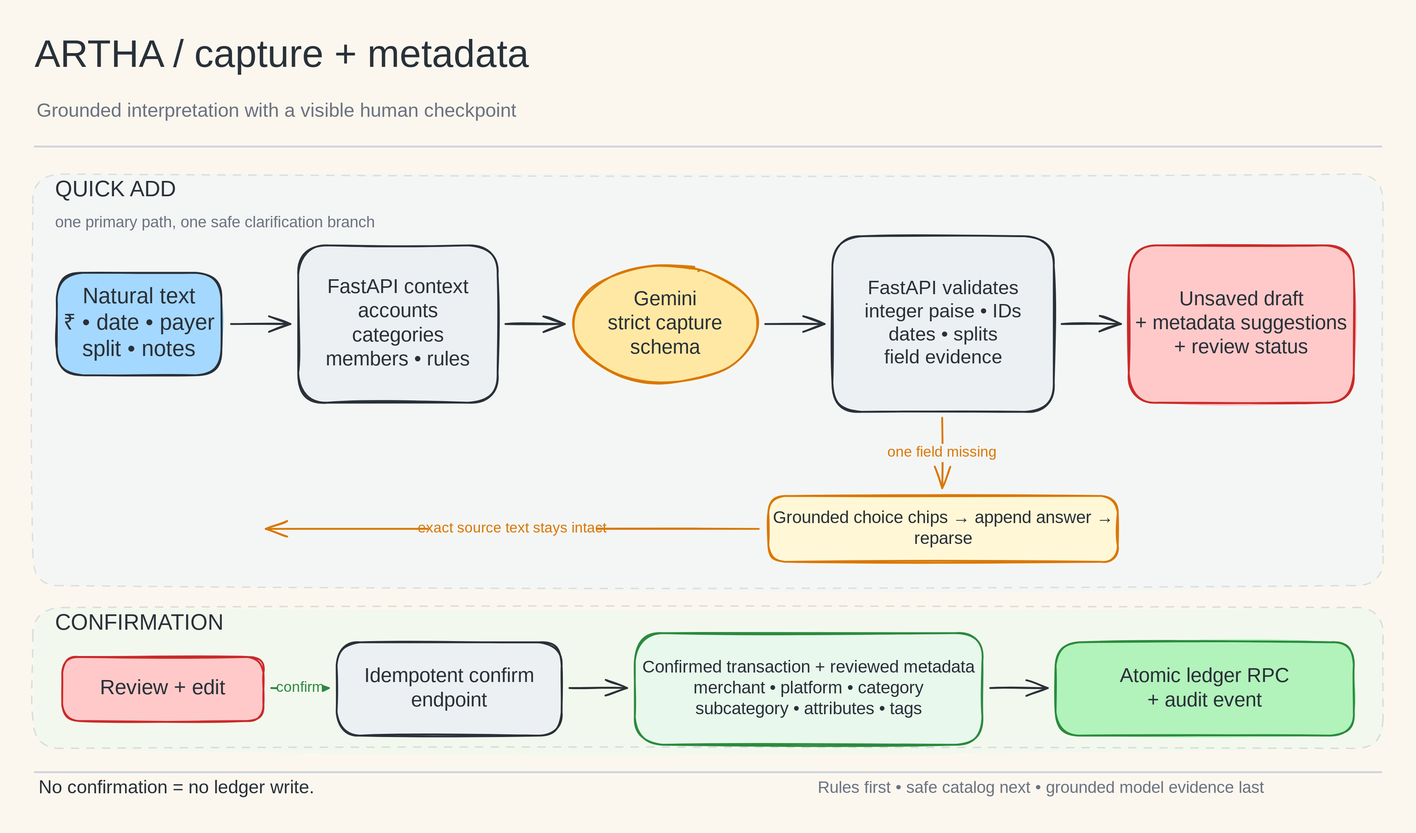
Earlier version of the Excalidraw export docs/artifacts/architecture/diagrams/artha-capture-metadata.svg (snayan06/artha). Source tidied: one line per element, renumbered; positions are measured from the earlier drawing's top-left corner, leaving out a move shared by most shapes.
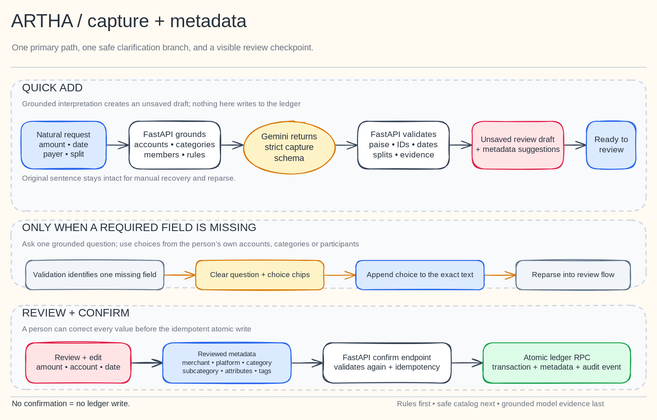
The same file after the commit.

The edit, as a diff of the source:
```diff
@@ -1,43 +1,55 @@
-{"id": 0, "type": "text", "text": "ARTHA / capture + metadata", "strokeColor": "#293038", "strokeWidth": 2, "roughness": 1, "fontSize": 42, "fontFamily": 5, "verticalAlign": "middle", "x": 2, "y": 0, "width": 495, "height": 52}
+{"id": 0, "type": "text", "text": "ARTHA / capture + metadata", "strokeColor": "#27313d", "strokeWidth": 2, "roughness": 1, "fontSize": 40, "fontFamily": 5, "verticalAlign": "middle", "x": -6, "y": -15, "width": 471, "height": 50}
-{"id": 1, "type": "text", "text": "Grounded interpretation with a visible human checkpoint", "strokeColor": "#6b7280", "strokeWidth": 2, "roughness": 1, "fontSize": 21, "fontFamily": 5, "verticalAlign": "middle", "x": 4, "y": 73, "width": 481, "height": 26}
-{"id": 2, "type": "line", "strokeColor": "#ced4da", "strokeWidth": 2, "roughness": 0, "x": 2, "y": 124, "width": 1472, "height": 0, "points": [[0, 0], [1472, 0]]}
-{"id": 3, "type": "rectangle", "strokeColor": "#adb5bd", "backgroundColor": "#e7f5ff", "fillStyle": "solid", "strokeWidth": 1, "strokeStyle": "dashed", "roughness": 1, "opacity": 38, "round": true, "x": 0, "y": 154, "width": 1476, "height": 450}
+{"id": 43, "type": "text", "text": "One primary path, one safe clarification branch, and a visible review checkpoint.", "strokeColor": "#6b7280", "strokeWidth": 2, "roughness": 1, "fontSize": 19, "fontFamily": 5, "verticalAlign": "middle", "x": -4, "y": 54, "width": 613, "height": 24}
+{"id": 44, "type": "line", "strokeColor": "#cbd5e1", "strokeWidth": 2, "roughness": 0, "x": -6, "y": 108, "width": 1388, "height": 0, "points": [[0, 0], [1388, 0]]}
+{"id": 45, "type": "rectangle", "strokeColor": "#cbd5e1", "backgroundColor": "#f8fafc", "fillStyle": "solid", "strokeWidth": 2, "strokeStyle": "dashed", "roughness": 1, "round": true, "x": -6, "y": 136, "width": 1388, "height": 286}
-{"id": 4, "type": "text", "text": "QUICK ADD", "strokeColor": "#293038", "strokeWidth": 2, "roughness": 1, "fontSize": 24, "fontFamily": 5, "verticalAlign": "middle", "x": 24, "y": 157, "width": 134, "height": 30}
+{"id": 4, "type": "text", "text": "QUICK ADD", "strokeColor": "#27313d", "strokeWidth": 2, "roughness": 1, "fontSize": 24, "fontFamily": 5, "verticalAlign": "middle", "x": 18, "y": 139, "width": 134, "height": 30}
-{"id": 5, "type": "text", "text": "one primary path, one safe clarification branch", "strokeColor": "#6b7280", "strokeWidth": 2, "roughness": 1, "fontSize": 17, "fontFamily": 5, "verticalAlign": "middle", "x": 24, "y": 198, "width": 317, "height": 21}
-{"id": 6, "type": "rectangle", "strokeColor": "#293038", "backgroundColor": "#a5d8ff", "fillStyle": "solid", "strokeWidth": 2, "roughness": 1, "round": true, "x": 26, "y": 262, "width": 180, "height": 112}
-{"id": 7, "type": "arrow", "strokeColor": "#293038", "strokeWidth": 2, "roughness": 1, "endArrowhead": "arrow", "x": 216, "y": 318, "width": 65, "height": 0, "points": [[0, 0], [65, 0]]}
-{"id": 8, "type": "rectangle", "strokeColor": "#293038", "backgroundColor": "#edf0f2", "fillStyle": "solid", "strokeWidth": 2, "roughness": 1, "round": true, "x": 290, "y": 232, "width": 218, "height": 172}
-{"id": 9, "type": "arrow", "strokeColor": "#293038", "strokeWidth": 2, "roughness": 1, "endArrowhead": "arrow", "x": 516, "y": 318, "width": 65, "height": 0, "points": [[0, 0], [65, 0]]}
-{"id": 10, "type": "ellipse", "strokeColor": "#d97706", "backgroundColor": "#ffe8a3", "fillStyle": "solid", "strokeWidth": 2, "roughness": 1, "x": 590, "y": 254, "width": 202, "height": 128}
-{"id": 11, "type": "arrow", "strokeColor": "#293038", "strokeWidth": 2, "roughness": 1, "endArrowhead": "arrow", "x": 800, "y": 318, "width": 65, "height": 0, "points": [[0, 0], [65, 0]]}
-{"id": 12, "type": "rectangle", "strokeColor": "#293038", "backgroundColor": "#edf0f2", "fillStyle": "solid", "strokeWidth": 2, "roughness": 1, "round": true, "x": 874, "y": 222, "width": 242, "height": 192}
-{"id": 13, "type": "arrow", "strokeColor": "#293038", "strokeWidth": 2, "roughness": 1, "endArrowhead": "arrow", "x": 1124, "y": 318, "width": 65, "height": 0, "points": [[0, 0], [65, 0]]}
-{"id": 14, "type": "rectangle", "strokeColor": "#c92a2a", "backgroundColor": "#ffc9c9", "fillStyle": "solid", "strokeWidth": 2, "roughness": 1, "round": true, "x": 1198, "y": 232, "width": 246, "height": 172}
-{"id": 15, "type": "arrow", "strokeColor": "#d97706", "strokeWidth": 2, "roughness": 1, "endArrowhead": "arrow", "x": 994, "y": 421, "width": 0, "height": 77, "points": [[0, 0], [0, 77]]}
-{"id": 16, "type": "rectangle", "strokeColor": "#d97706", "backgroundColor": "#fff7d6", "fillStyle": "solid", "strokeWidth": 2, "roughness": 1, "round": true, "x": 804, "y": 506, "width": 382, "height": 72}
-{"id": 17, "type": "arrow", "strokeColor": "#d97706", "strokeWidth": 2, "roughness": 1, "endArrowhead": "arrow", "x": 794, "y": 542, "width": 539, "height": 0, "points": [[0, 0], [-539, 0]]}
-{"id": 18, "type": "rectangle", "strokeColor": "#adb5bd", "backgroundColor": "#e8f8ec", "fillStyle": "solid", "strokeWidth": 1, "strokeStyle": "dashed", "roughness": 1, "opacity": 42, "round": true, "x": 0, "y": 628, "width": 1476, "height": 154}
-{"id": 19, "type": "text", "text": "CONFIRMATION", "strokeColor": "#293038", "strokeWidth": 2, "roughness": 1, "fontSize": 24, "fontFamily": 5, "verticalAlign": "middle", "x": 24, "y": 631, "width": 181, "height": 30}
-{"id": 20, "type": "rectangle", "strokeColor": "#c92a2a", "backgroundColor": "#ffc9c9", "fillStyle": "solid", "strokeWidth": 2, "roughness": 1, "round": true, "x": 32, "y": 682, "width": 220, "height": 70}
-{"id": 21, "type": "arrow", "strokeColor": "#2b8a3e", "strokeWidth": 2, "roughness": 1, "endArrowhead": "arrow", "x": 260, "y": 716, "width": 63, "height": 0, "points": [[0, 0], [63, 0]]}
-{"id": 22, "type": "rectangle", "strokeColor": "#293038", "backgroundColor": "#edf0f2", "fillStyle": "solid", "strokeWidth": 2, "roughness": 1, "round": true, "x": 332, "y": 666, "width": 246, "height": 102}
-{"id": 23, "type": "arrow", "strokeColor": "#293038", "strokeWidth": 2, "roughness": 1, "endArrowhead": "arrow", "x": 586, "y": 716, "width": 63, "height": 0, "points": [[0, 0], [63, 0]]}
-{"id": 24, "type": "rectangle", "strokeColor": "#2b8a3e", "backgroundColor": "#e8f8ec", "fillStyle": "solid", "strokeWidth": 2, "roughness": 1, "round": true, "x": 658, "y": 656, "width": 380, "height": 122}
-{"id": 25, "type": "arrow", "strokeColor": "#293038", "strokeWidth": 2, "roughness": 1, "endArrowhead": "arrow", "x": 1046, "y": 716, "width": 63, "height": 0, "points": [[0, 0], [63, 0]]}
-{"id": 26, "type": "rectangle", "strokeColor": "#2b8a3e", "backgroundColor": "#b2f2bb", "fillStyle": "solid", "strokeWidth": 2, "roughness": 1, "round": true, "x": 1118, "y": 666, "width": 326, "height": 102}
-{"id": 27, "type": "line", "strokeColor": "#ced4da", "strokeWidth": 2, "roughness": 0, "x": 2, "y": 808, "width": 1472, "height": 0, "points": [[0, 0], [1472, 0]]}
+{"id": 46, "type": "text", "text": "Grounded interpretation creates an unsaved draft; nothing here writes to the ledger", "strokeColor": "#6b7280", "strokeWidth": 2, "roughness": 1, "fontSize": 16, "fontFamily": 5, "verticalAlign": "middle", "x": 18, "y": 179, "width": 528, "height": 20}
+{"id": 47, "type": "arrow", "strokeColor": "#334155", "strokeWidth": 2, "roughness": 1, "endArrowhead": "arrow", "x": 202, "y": 278, "width": 49, "height": 0, "points": [[0, 0], [49, 0]]}
+{"id": 48, "type": "arrow", "strokeColor": "#334155", "strokeWidth": 2, "roughness": 1, "endArrowhead": "arrow", "x": 452, "y": 278, "width": 49, "height": 0, "points": [[0, 0], [49, 0]]}
+{"id": 49, "type": "arrow", "strokeColor": "#334155", "strokeWidth": 2, "roughness": 1, "endArrowhead": "arrow", "x": 702, "y": 278, "width": 49, "height": 0, "points": [[0, 0], [49, 0]]}
+{"id": 50, "type": "arrow", "strokeColor": "#334155", "strokeWidth": 2, "roughness": 1, "endArrowhead": "arrow", "x": 952, "y": 278, "width": 49, "height": 0, "points": [[0, 0], [49, 0]]}
+{"id": 51, "type": "arrow", "strokeColor": "#334155", "strokeWidth": 2, "roughness": 1, "endArrowhead": "arrow", "x": 1202, "y": 278, "width": 49, "height": 0, "points": [[0, 0], [49, 0]]}
+{"id": 52, "type": "rectangle", "strokeColor": "#2563eb", "backgroundColor": "#dbeafe", "fillStyle": "solid", "strokeWidth": 2, "roughness": 1, "round": true, "x": 16, "y": 226, "width": 186, "height": 104}
+{"id": 53, "type": "rectangle", "strokeColor": "#334155", "backgroundColor": "#ffffff", "fillStyle": "solid", "strokeWidth": 2, "roughness": 1, "round": true, "x": 252, "y": 226, "width": 200, "height": 104}
+{"id": 54, "type": "ellipse", "strokeColor": "#d97706", "backgroundColor": "#fef3c7", "fillStyle": "solid", "strokeWidth": 2, "roughness": 1, "x": 502, "y": 226, "width": 200, "height": 116}
+{"id": 55, "type": "rectangle", "strokeColor": "#334155", "backgroundColor": "#ffffff", "fillStyle": "solid", "strokeWidth": 2, "roughness": 1, "round": true, "x": 752, "y": 226, "width": 200, "height": 104}
+{"id": 56, "type": "rectangle", "strokeColor": "#e11d48", "backgroundColor": "#ffe4e6", "fillStyle": "solid", "strokeWidth": 2, "roughness": 1, "round": true, "x": 1002, "y": 226, "width": 200, "height": 104}
+{"id": 57, "type": "rectangle", "strokeColor": "#2563eb", "backgroundColor": "#dbeafe", "fillStyle": "solid", "strokeWidth": 2, "roughness": 1, "round": true, "x": 1252, "y": 226, "width": 108, "height": 104}
+{"id": 58, "type": "text", "text": "Original sentence stays intact for manual recovery and reparse.", "strokeColor": "#6b7280", "strokeWidth": 2, "roughness": 1, "fontSize": 16, "fontFamily": 5, "verticalAlign": "middle", "x": 18, "y": 342, "width": 403, "height": 20}
+{"id": 59, "type": "rectangle", "strokeColor": "#cbd5e1", "backgroundColor": "#f8fafc", "fillStyle": "solid", "strokeWidth": 2, "strokeStyle": "dashed", "roughness": 1, "round": true, "x": -6, "y": 442, "width": 1388, "height": 146}
+{"id": 60, "type": "text", "text": "ONLY WHEN A REQUIRED FIELD IS MISSING", "strokeColor": "#27313d", "strokeWidth": 2, "roughness": 1, "fontSize": 24, "fontFamily": 5, "verticalAlign": "middle", "x": 18, "y": 445, "width": 499, "height": 30}
+{"id": 61, "type": "text", "text": "Ask one grounded question; use choices from the person’s own accounts, categories or participants", "strokeColor": "#6b7280", "strokeWidth": 2, "roughness": 1, "fontSize": 16, "fontFamily": 5, "verticalAlign": "middle", "x": 18, "y": 485, "width": 634, "height": 20}
+{"id": 62, "type": "arrow", "strokeColor": "#d97706", "strokeWidth": 2, "roughness": 1, "endArrowhead": "arrow", "x": 328, "y": 562, "width": 69, "height": 0, "points": [[0, 0], [69, 0]]}
+{"id": 63, "type": "arrow", "strokeColor": "#d97706", "strokeWidth": 2, "roughness": 1, "endArrowhead": "arrow", "x": 678, "y": 562, "width": 69, "height": 0, "points": [[0, 0], [69, 0]]}
+{"id": 64, "type": "arrow", "strokeColor": "#d97706", "strokeWidth": 2, "roughness": 1, "endArrowhead": "arrow", "x": 1028, "y": 562, "width": 69, "height": 0, "points": [[0, 0], [69, 0]]}
+{"id": 65, "type": "rectangle", "strokeColor": "#64748b", "backgroundColor": "#f1f5f9", "fillStyle": "solid", "strokeWidth": 2, "roughness": 1, "round": true, "x": 26, "y": 530, "width": 302, "height": 64}
+{"id": 66, "type": "rectangle", "strokeColor": "#d97706", "backgroundColor": "#fef3c7", "fillStyle": "solid", "strokeWidth": 2, "roughness": 1, "round": true, "x": 398, "y": 530, "width": 280, "height": 64}
+{"id": 67, "type": "rectangle", "strokeColor": "#2563eb", "backgroundColor": "#dbeafe", "fillStyle": "solid", "strokeWidth": 2, "roughness": 1, "round": true, "x": 748, "y": 530, "width": 280, "height": 64}
+{"id": 68, "type": "rectangle", "strokeColor": "#64748b", "backgroundColor": "#f1f5f9", "fillStyle": "solid", "strokeWidth": 2, "roughness": 1, "round": true, "x": 1098, "y": 530, "width": 250, "height": 64}
+{"id": 69, "type": "rectangle", "strokeColor": "#cbd5e1", "backgroundColor": "#f8fafc", "fillStyle": "solid", "strokeWidth": 2, "strokeStyle": "dashed", "roughness": 1, "round": true, "x": -6, "y": 628, "width": 1388, "height": 184}
+{"id": 70, "type": "text", "text": "REVIEW + CONFIRM", "strokeColor": "#27313d", "strokeWidth": 2, "roughness": 1, "fontSize": 24, "fontFamily": 5, "verticalAlign": "middle", "x": 18, "y": 631, "width": 228, "height": 30}
+{"id": 71, "type": "text", "text": "A person can correct every value before the idempotent atomic write", "strokeColor": "#6b7280", "strokeWidth": 2, "roughness": 1, "fontSize": 16, "fontFamily": 5, "verticalAlign": "middle", "x": 18, "y": 671, "width": 440, "height": 20}
+{"id": 72, "type": "arrow", "strokeColor": "#334155", "strokeWidth": 2, "roughness": 1, "endArrowhead": "arrow", "x": 256, "y": 754, "width": 69, "height": 0, "points": [[0, 0], [69, 0]]}
+{"id": 73, "type": "arrow", "strokeColor": "#334155", "strokeWidth": 2, "roughness": 1, "endArrowhead": "arrow", "x": 606, "y": 754, "width": 69, "height": 0, "points": [[0, 0], [69, 0]]}
+{"id": 74, "type": "arrow", "strokeColor": "#334155", "strokeWidth": 2, "roughness": 1, "endArrowhead": "arrow", "x": 956, "y": 754, "width": 69, "height": 0, "points": [[0, 0], [69, 0]]}
+{"id": 75, "type": "rectangle", "strokeColor": "#e11d48", "backgroundColor": "#ffe4e6", "fillStyle": "solid", "strokeWidth": 2, "roughness": 1, "round": true, "x": 26, "y": 710, "width": 230, "height": 88}
+{"id": 76, "type": "rectangle", "strokeColor": "#2563eb", "backgroundColor": "#dbeafe", "fillStyle": "solid", "strokeWidth": 2, "roughness": 1, "round": true, "x": 326, "y": 710, "width": 280, "height": 88}
+{"id": 77, "type": "rectangle", "strokeColor": "#334155", "backgroundColor": "#ffffff", "fillStyle": "solid", "strokeWidth": 2, "roughness": 1, "round": true, "x": 676, "y": 710, "width": 280, "height": 88}
+{"id": 78, "type": "rectangle", "strokeColor": "#16a34a", "backgroundColor": "#dcfce7", "fillStyle": "solid", "strokeWidth": 2, "roughness": 1, "round": true, "x": 1026, "y": 710, "width": 322, "height": 88}
+{"id": 79, "type": "line", "strokeColor": "#cbd5e1", "strokeWidth": 2, "roughness": 0, "x": -6, "y": 828, "width": 1388, "height": 0, "points": [[0, 0], [1388, 0]]}
-{"id": 28, "type": "text", "text": "No confirmation = no ledger write.", "strokeColor": "#293038", "strokeWidth": 2, "roughness": 1, "fontSize": 20, "fontFamily": 5, "verticalAlign": "middle", "x": 6, "y": 814, "width": 279, "height": 25}
+{"id": 28, "type": "text", "text": "No confirmation = no ledger write.", "strokeColor": "#27313d", "strokeWidth": 2, "roughness": 1, "fontSize": 17, "fontFamily": 5, "verticalAlign": "middle", "x": -4, "y": 834, "width": 237, "height": 21}
-{"id": 29, "type": "text", "text": "Rules first • safe catalog next • grounded model evidence last", "strokeColor": "#6b7280", "strokeWidth": 2, "roughness": 1, "fontSize": 18, "fontFamily": 5, "verticalAlign": "middle", "x": 858, "y": 815, "width": 440, "height": 22}
+{"id": 29, "type": "text", "text": "Rules first • safe catalog next • grounded model evidence last", "strokeColor": "#6b7280", "strokeWidth": 2, "roughness": 1, "fontSize": 16, "fontFamily": 5, "verticalAlign": "middle", "x": 838, "y": 834, "width": 392, "height": 20}
-{"id": 30, "type": "text", "text": "Natural text\n₹ • date • payer\nsplit • notes", "strokeColor": "#293038", "strokeWidth": 2, "roughness": 1, "fontSize": 24, "fontFamily": 5, "textAlign": "center", "verticalAlign": "middle", "inside": 6, "x": 42, "y": 275, "width": 148, "height": 86}
-{"id": 31, "type": "text", "text": "FastAPI context\naccounts\ncategories\nmembers • rules", "strokeColor": "#293038", "strokeWidth": 2, "roughness": 1, "fontSize": 22, "fontFamily": 5, "textAlign": "center", "verticalAlign": "middle", "inside": 8, "x": 328, "y": 265, "width": 142, "height": 106}
-{"id": 32, "type": "text", "text": "Gemini\nstrict capture\nschema", "strokeColor": "#293038", "strokeWidth": 2, "roughness": 1, "fontSize": 22, "fontFamily": 5, "textAlign": "center", "verticalAlign": "middle", "inside": 10, "x": 634, "y": 279, "width": 114, "height": 79}
-{"id": 33, "type": "text", "text": "FastAPI validates\ninteger paise • IDs\ndates • splits\nfield evidence", "strokeColor": "#293038", "strokeWidth": 2, "roughness": 1, "fontSize": 21, "fontFamily": 5, "textAlign": "center", "verticalAlign": "middle", "inside": 12, "x": 918, "y": 268, "width": 155, "height": 101}
-{"id": 34, "type": "text", "text": "Unsaved draft\n+ metadata suggestions\n+ review status", "strokeColor": "#293038", "strokeWidth": 2, "roughness": 1, "fontSize": 22, "fontFamily": 5, "textAlign": "center", "verticalAlign": "middle", "inside": 14, "x": 1218, "y": 279, "width": 205, "height": 79}
-{"id": 35, "type": "text", "text": "one field missing", "strokeColor": "#d97706", "strokeWidth": 2, "roughness": 1, "fontSize": 16, "fontFamily": 5, "textAlign": "center", "verticalAlign": "middle", "inside": 15, "x": 939, "y": 449, "width": 109, "height": 20}
-{"id": 36, "type": "text", "text": "Grounded choice chips → append answer →\nreparse", "strokeColor": "#293038", "strokeWidth": 2, "roughness": 1, "fontSize": 19, "fontFamily": 5, "textAlign": "center", "verticalAlign": "middle", "inside": 16, "x": 825, "y": 519, "width": 341, "height": 46}
-{"id": 37, "type": "text", "text": "exact source text stays intact", "strokeColor": "#d97706", "strokeWidth": 2, "roughness": 1, "fontSize": 16, "fontFamily": 5, "textAlign": "center", "verticalAlign": "middle", "inside": 17, "x": 432, "y": 532, "width": 183, "height": 20}
-{"id": 38, "type": "text", "text": "Review + edit", "strokeColor": "#293038", "strokeWidth": 2, "roughness": 1, "fontSize": 23, "fontFamily": 5, "textAlign": "center", "verticalAlign": "middle", "inside": 20, "x": 77, "y": 703, "width": 129, "height": 28}
-{"id": 39, "type": "text", "text": "confirm", "strokeColor": "#2b8a3e", "strokeWidth": 2, "roughness": 1, "fontSize": 16, "fontFamily": 5, "textAlign": "center", "verticalAlign": "middle", "inside": 21, "x": 267, "y": 706, "width": 50, "height": 20}
-{"id": 40, "type": "text", "text": "Idempotent confirm\nendpoint", "strokeColor": "#293038", "strokeWidth": 2, "roughness": 1, "fontSize": 22, "fontFamily": 5, "textAlign": "center", "verticalAlign": "middle", "inside": 22, "x": 368, "y": 691, "width": 174, "height": 53}
-{"id": 41, "type": "text", "text": "Confirmed transaction + reviewed metadata\nmerchant • platform • category\nsubcategory • attributes • tags", "strokeColor": "#293038", "strokeWidth": 2, "roughness": 1, "fontSize": 19, "fontFamily": 5, "textAlign": "center", "verticalAlign": "middle", "inside": 24, "x": 682, "y": 683, "width": 333, "height": 68}
-{"id": 42, "type": "text", "text": "Atomic ledger RPC\n+ audit event", "strokeColor": "#293038", "strokeWidth": 2, "roughness": 1, "fontSize": 22, "fontFamily": 5, "textAlign": "center", "verticalAlign": "middle", "inside": 26, "x": 1194, "y": 691, "width": 174, "height": 53}
+{"id": 80, "type": "text", "text": "Natural request\namount • date\npayer • split", "strokeColor": "#27313d", "strokeWidth": 2, "roughness": 1, "fontSize": 17, "fontFamily": 5, "textAlign": "center", "verticalAlign": "middle", "inside": 52, "x": 57, "y": 246, "width": 104, "height": 64}
+{"id": 81, "type": "text", "text": "FastAPI grounds\naccounts • categories\nmembers • rules", "strokeColor": "#27313d", "strokeWidth": 2, "roughness": 1, "fontSize": 18, "fontFamily": 5, "textAlign": "center", "verticalAlign": "middle", "inside": 53, "x": 276, "y": 244, "width": 151, "height": 68}
+{"id": 82, "type": "text", "text": "Gemini returns\nstrict capture\nschema", "strokeColor": "#27313d", "strokeWidth": 2, "roughness": 1, "fontSize": 19, "fontFamily": 5, "textAlign": "center", "verticalAlign": "middle", "inside": 54, "x": 545, "y": 249, "width": 115, "height": 71}
+{"id": 83, "type": "text", "text": "FastAPI validates\npaise • IDs • dates\nsplits • evidence", "strokeColor": "#27313d", "strokeWidth": 2, "roughness": 1, "fontSize": 18, "fontFamily": 5, "textAlign": "center", "verticalAlign": "middle", "inside": 55, "x": 787, "y": 244, "width": 131, "height": 68}
+{"id": 84, "type": "text", "text": "Unsaved review draft\n+ metadata suggestions", "strokeColor": "#27313d", "strokeWidth": 2, "roughness": 1, "fontSize": 17, "fontFamily": 5, "textAlign": "center", "verticalAlign": "middle", "inside": 56, "x": 1023, "y": 257, "width": 159, "height": 42}
+{"id": 85, "type": "text", "text": "Ready to\nreview", "strokeColor": "#27313d", "strokeWidth": 2, "roughness": 1, "fontSize": 18, "fontFamily": 5, "textAlign": "center", "verticalAlign": "middle", "inside": 57, "x": 1274, "y": 256, "width": 64, "height": 45}
+{"id": 86, "type": "text", "text": "Validation identifies one missing field", "strokeColor": "#27313d", "strokeWidth": 2, "roughness": 1, "fontSize": 16, "fontFamily": 5, "textAlign": "center", "verticalAlign": "middle", "inside": 65, "x": 56, "y": 552, "width": 242, "height": 20}
+{"id": 87, "type": "text", "text": "Clear question + choice chips", "strokeColor": "#27313d", "strokeWidth": 2, "roughness": 1, "fontSize": 16, "fontFamily": 5, "textAlign": "center", "verticalAlign": "middle", "inside": 66, "x": 443, "y": 552, "width": 189, "height": 20}
+{"id": 88, "type": "text", "text": "Append choice to the exact text", "strokeColor": "#27313d", "strokeWidth": 2, "roughness": 1, "fontSize": 16, "fontFamily": 5, "textAlign": "center", "verticalAlign": "middle", "inside": 67, "x": 787, "y": 552, "width": 202, "height": 20}
+{"id": 89, "type": "text", "text": "Reparse into review flow", "strokeColor": "#27313d", "strokeWidth": 2, "roughness": 1, "fontSize": 16, "fontFamily": 5, "textAlign": "center", "verticalAlign": "middle", "inside": 68, "x": 1143, "y": 552, "width": 160, "height": 20}
+{"id": 90, "type": "text", "text": "Review + edit\namount • account • date", "strokeColor": "#27313d", "strokeWidth": 2, "roughness": 1, "fontSize": 17, "fontFamily": 5, "textAlign": "center", "verticalAlign": "middle", "inside": 75, "x": 60, "y": 733, "width": 161, "height": 42}
+{"id": 91, "type": "text", "text": "Reviewed metadata\nmerchant • platform • category\nsubcategory • attributes • tags", "strokeColor": "#27313d", "strokeWidth": 2, "roughness": 1, "fontSize": 15, "fontFamily": 5, "textAlign": "center", "verticalAlign": "middle", "inside": 76, "x": 374, "y": 726, "width": 185, "height": 56}
+{"id": 92, "type": "text", "text": "FastAPI confirm endpoint\nvalidates again + idempotency", "strokeColor": "#27313d", "strokeWidth": 2, "roughness": 1, "fontSize": 17, "fontFamily": 5, "textAlign": "center", "verticalAlign": "middle", "inside": 77, "x": 712, "y": 733, "width": 207, "height": 42}
+{"id": 93, "type": "text", "text": "Atomic ledger RPC\ntransaction + metadata + audit event", "strokeColor": "#27313d", "strokeWidth": 2, "roughness": 1, "fontSize": 17, "fontFamily": 5, "textAlign": "center", "verticalAlign": "middle", "inside": 78, "x": 1063, "y": 733, "width": 247, "height": 42}
```
